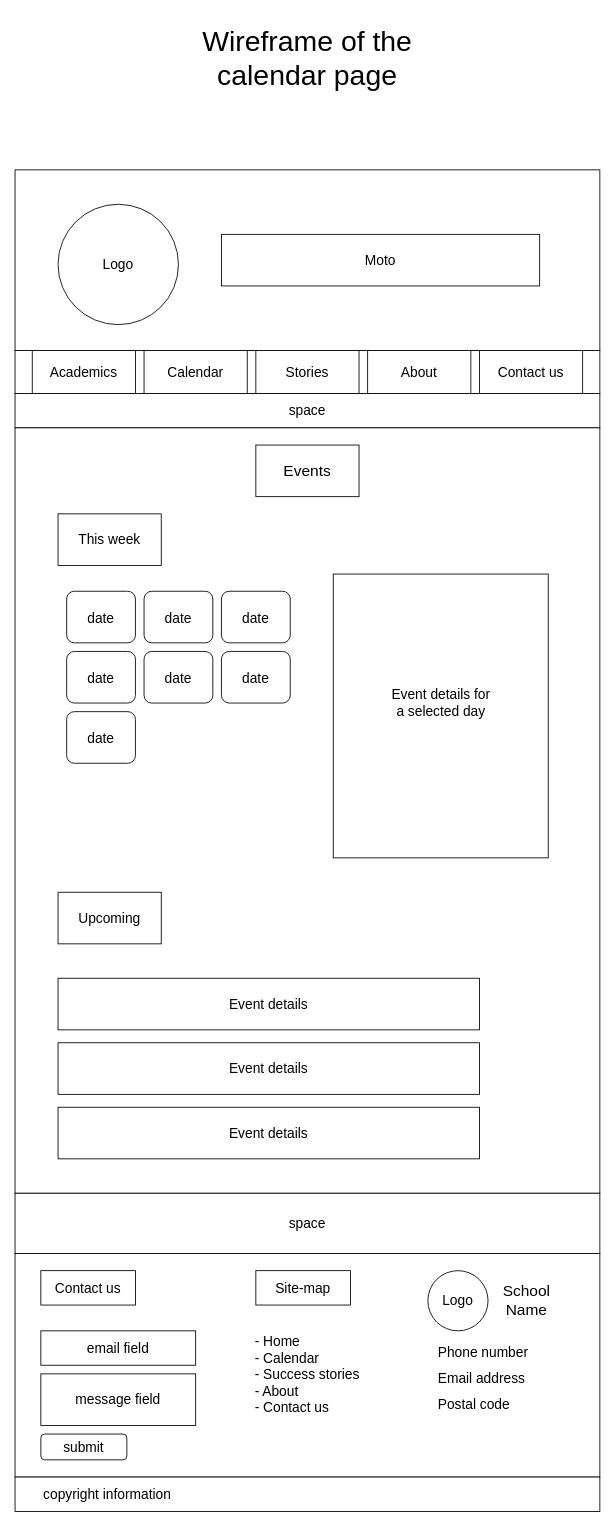
Above: calendar_page_wireframe.drawio in sami-bre/UGR-0848-13 (draw.io), before the change. Source tidied: cells renumbered, new cells numbered last; positions are measured from the earlier drawing's top-left corner, leaving out a move shared by most shapes. Both pictures are drawn from the tidied source at 86%, with x=0, y=0 at pixel (15, 15).
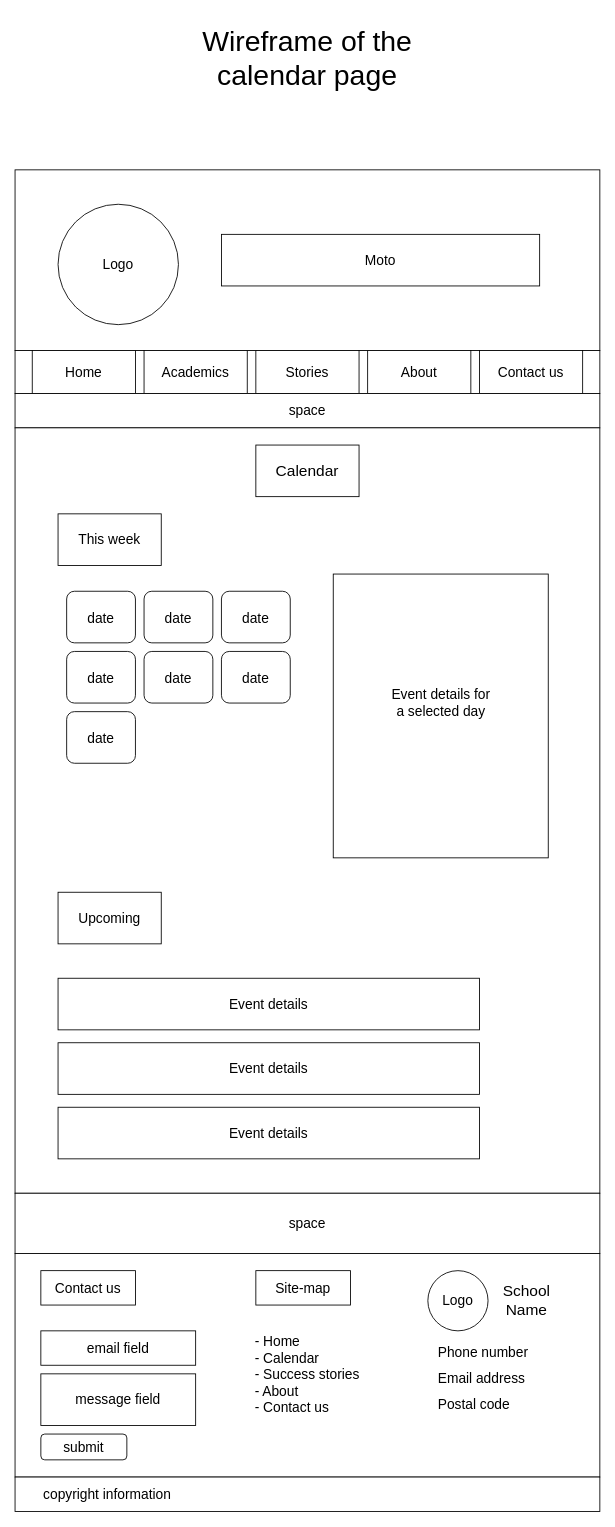
The same page after the edit.

Diff of the diagram source:
```diff
@@
     <mxCell id="7" value="Academics" style="rounded=0;whiteSpace=wrap;html=1;fontSize=16;" parent="1" vertex="1">
-      <mxGeometry x="20" y="390" width="120" height="50" as="geometry" />
+      <mxGeometry x="150" y="390" width="120" height="50" as="geometry" />
     </mxCell>
-    <mxCell id="8" value="Calendar" style="rounded=0;whiteSpace=wrap;html=1;fontSize=16;" parent="1" vertex="1">
-      <mxGeometry x="150" y="390" width="120" height="50" as="geometry" />
+    <mxCell id="8" value="Home" style="rounded=0;whiteSpace=wrap;html=1;fontSize=16;" parent="1" vertex="1">
+      <mxGeometry x="20" y="390" width="120" height="50" as="geometry" />
     </mxCell>
@@
-    <mxCell id="24" value="&lt;font style=&quot;font-size: 18px;&quot;&gt;Events&lt;/font&gt;" style="rounded=0;whiteSpace=wrap;html=1;strokeWidth=1;fontSize=16;" parent="1" vertex="1">
+    <mxCell id="24" value="&lt;font style=&quot;font-size: 18px;&quot;&gt;Calendar&lt;/font&gt;" style="rounded=0;whiteSpace=wrap;html=1;strokeWidth=1;fontSize=16;" parent="1" vertex="1">
       <mxGeometry x="280" y="500" width="120" height="60" as="geometry" />
     </mxCell>
```
